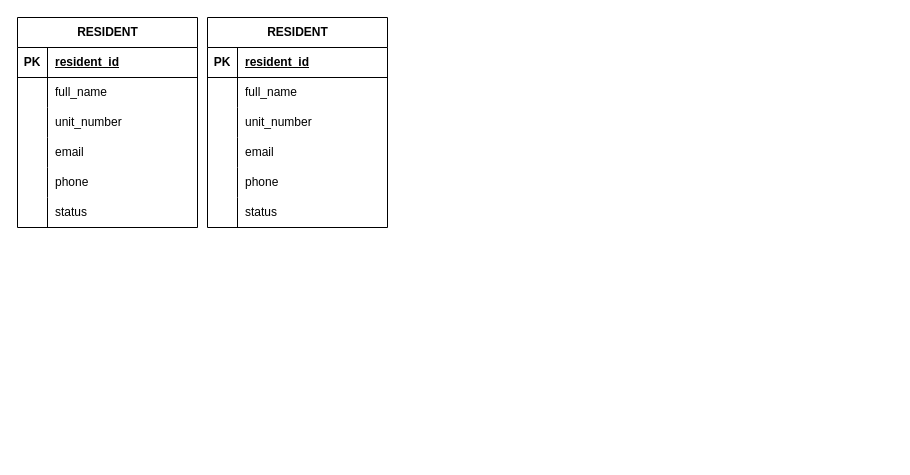
maverickhewitt/degree keeps this draw.io diagram as database.drawio. Above is the earlier version. Source tidied: cells renumbered, new cells numbered last; positions are measured from the earlier drawing's top-left corner, leaving out a move shared by most shapes. Both pictures are drawn from the tidied source at 100%, with x=0, y=0 at pixel (17, 17).
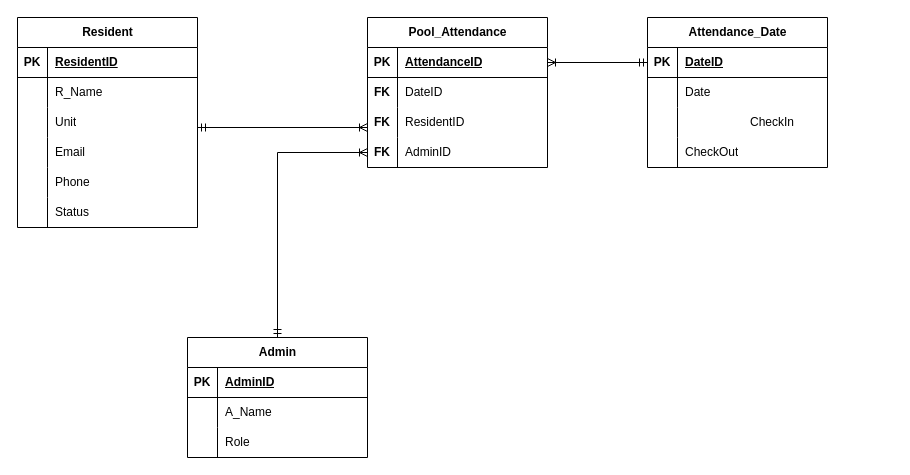
Above is the later version.

Unchanged cells that the change refers to:
```xml
<mxCell id="3" style="shape=tableRow;horizontal=0;startSize=0;swimlaneHead=0;swimlaneBody=0;fillColor=none;top=0;left=0;right=0;bottom=1;" parent="2" vertex="1">
  <mxGeometry y="30" width="180" height="30" as="geometry" />
</mxCell>
<mxCell id="6" style="shape=tableRow;horizontal=0;startSize=0;swimlaneHead=0;swimlaneBody=0;fillColor=none;top=0;left=0;right=0;bottom=0;" parent="2" vertex="1">
  <mxGeometry y="60" width="180" height="30" as="geometry" />
</mxCell>
<mxCell id="9" style="shape=tableRow;horizontal=0;startSize=0;swimlaneHead=0;swimlaneBody=0;fillColor=none;top=0;left=0;right=0;bottom=0;" parent="2" vertex="1">
  <mxGeometry y="90" width="180" height="30" as="geometry" />
</mxCell>
<mxCell id="12" style="shape=tableRow;horizontal=0;startSize=0;swimlaneHead=0;swimlaneBody=0;fillColor=none;top=0;left=0;right=0;bottom=0;" parent="2" vertex="1">
  <mxGeometry y="120" width="180" height="30" as="geometry" />
</mxCell>
<mxCell id="15" style="shape=tableRow;horizontal=0;startSize=0;swimlaneHead=0;swimlaneBody=0;fillColor=none;top=0;left=0;right=0;bottom=0;" parent="2" vertex="1">
  <mxGeometry y="150" width="180" height="30" as="geometry" />
</mxCell>
<mxCell id="18" style="shape=tableRow;horizontal=0;startSize=0;swimlaneHead=0;swimlaneBody=0;fillColor=none;top=0;left=0;right=0;bottom=0;" parent="2" vertex="1">
  <mxGeometry y="180" width="180" height="30" as="geometry" />
</mxCell>
```

What changed in the source:
```diff
@@
-    <mxCell id="2" value="RESIDENT" style="shape=table;startSize=30;childLayout=tableLayout;rowLines=0;fontStyle=1;align=center;html=1;" parent="1" vertex="1">
+    <mxCell id="2" value="Resident" style="shape=table;startSize=30;childLayout=tableLayout;rowLines=0;fontStyle=1;align=center;html=1;" parent="1" vertex="1">
       <mxGeometry width="180" height="210" as="geometry" />
     </mxCell>
@@
-    <mxCell id="5" value="resident_id" style="shape=partialRectangle;fillColor=none;top=0;left=0;bottom=0;right=0;align=left;spacingLeft=6;fontStyle=5;overflow=hidden;whiteSpace=wrap;html=1;" parent="3" vertex="1">
+    <mxCell id="5" value="ResidentID" style="shape=partialRectangle;fillColor=none;top=0;left=0;bottom=0;right=0;align=left;spacingLeft=6;fontStyle=5;overflow=hidden;whiteSpace=wrap;html=1;" parent="3" vertex="1">
       <mxGeometry x="30" width="150" height="30" as="geometry" />
     </mxCell>
@@
-    <mxCell id="8" value="full_name" style="shape=partialRectangle;fillColor=none;top=0;left=0;bottom=0;right=0;align=left;spacingLeft=6;overflow=hidden;whiteSpace=wrap;html=1;" parent="6" vertex="1">
+    <mxCell id="8" value="R_Name" style="shape=partialRectangle;fillColor=none;top=0;left=0;bottom=0;right=0;align=left;spacingLeft=6;overflow=hidden;whiteSpace=wrap;html=1;" parent="6" vertex="1">
       <mxGeometry x="30" width="150" height="30" as="geometry" />
     </mxCell>
@@
-    <mxCell id="11" value="unit_number" style="shape=partialRectangle;fillColor=none;top=0;left=0;bottom=0;right=0;align=left;spacingLeft=6;overflow=hidden;whiteSpace=wrap;html=1;" parent="9" vertex="1">
+    <mxCell id="11" value="Unit" style="shape=partialRectangle;fillColor=none;top=0;left=0;bottom=0;right=0;align=left;spacingLeft=6;overflow=hidden;whiteSpace=wrap;html=1;" parent="9" vertex="1">
       <mxGeometry x="30" width="150" height="30" as="geometry" />
     </mxCell>
@@
-    <mxCell id="14" value="email" style="shape=partialRectangle;fillColor=none;top=0;left=0;bottom=0;right=0;align=left;spacingLeft=6;overflow=hidden;whiteSpace=wrap;html=1;" parent="12" vertex="1">
+    <mxCell id="14" value="Email" style="shape=partialRectangle;fillColor=none;top=0;left=0;bottom=0;right=0;align=left;spacingLeft=6;overflow=hidden;whiteSpace=wrap;html=1;" parent="12" vertex="1">
       <mxGeometry x="30" width="150" height="30" as="geometry" />
     </mxCell>
@@
-    <mxCell id="17" value="phone" style="shape=partialRectangle;fillColor=none;top=0;left=0;bottom=0;right=0;align=left;spacingLeft=6;overflow=hidden;whiteSpace=wrap;html=1;" parent="15" vertex="1">
+    <mxCell id="17" value="Phone" style="shape=partialRectangle;fillColor=none;top=0;left=0;bottom=0;right=0;align=left;spacingLeft=6;overflow=hidden;whiteSpace=wrap;html=1;" parent="15" vertex="1">
       <mxGeometry x="30" width="150" height="30" as="geometry" />
     </mxCell>
@@
-    <mxCell id="20" value="status" style="shape=partialRectangle;fillColor=none;top=0;left=0;bottom=0;right=0;align=left;spacingLeft=6;overflow=hidden;whiteSpace=wrap;html=1;" parent="18" vertex="1">
+    <mxCell id="20" value="Status" style="shape=partialRectangle;fillColor=none;top=0;left=0;bottom=0;right=0;align=left;spacingLeft=6;overflow=hidden;whiteSpace=wrap;html=1;" parent="18" vertex="1">
       <mxGeometry x="30" width="150" height="30" as="geometry" />
     </mxCell>
-    <mxCell id="21" value="RESIDENT" style="shape=table;startSize=30;childLayout=tableLayout;rowLines=0;fontStyle=1;align=center;html=1;" parent="1" vertex="1">
-      <mxGeometry x="190" width="180" height="210" as="geometry" />
-    </mxCell>
-    <mxCell id="22" style="shape=tableRow;horizontal=0;startSize=0;swimlaneHead=0;swimlaneBody=0;fillColor=none;top=0;left=0;right=0;bottom=1;" parent="21" vertex="1">
-      <mxGeometry y="30" width="180" height="30" as="geometry" />
-    </mxCell>
-    <mxCell id="23" value="PK" style="shape=partialRectangle;fillColor=none;top=0;left=0;bottom=0;right=0;fontStyle=1;overflow=hidden;whiteSpace=wrap;html=1;" parent="22" vertex="1">
-      <mxGeometry width="30" height="30" as="geometry" />
-    </mxCell>
-    <mxCell id="24" value="resident_id" style="shape=partialRectangle;fillColor=none;top=0;left=0;bottom=0;right=0;align=left;spacingLeft=6;fontStyle=5;overflow=hidden;whiteSpace=wrap;html=1;" parent="22" vertex="1">
-      <mxGeometry x="30" width="150" height="30" as="geometry" />
-    </mxCell>
-    <mxCell id="25" style="shape=tableRow;horizontal=0;startSize=0;swimlaneHead=0;swimlaneBody=0;fillColor=none;top=0;left=0;right=0;bottom=0;" parent="21" vertex="1">
-      <mxGeometry y="60" width="180" height="30" as="geometry" />
-    </mxCell>
-    <mxCell id="26" style="shape=partialRectangle;fillColor=none;top=0;left=0;bottom=0;right=0;overflow=hidden;whiteSpace=wrap;html=1;" parent="25" vertex="1">
-      <mxGeometry width="30" height="30" as="geometry" />
-    </mxCell>
-    <mxCell id="27" value="full_name" style="shape=partialRectangle;fillColor=none;top=0;left=0;bottom=0;right=0;align=left;spacingLeft=6;overflow=hidden;whiteSpace=wrap;html=1;" parent="25" vertex="1">
-      <mxGeometry x="30" width="150" height="30" as="geometry" />
-    </mxCell>
-    <mxCell id="28" style="shape=tableRow;horizontal=0;startSize=0;swimlaneHead=0;swimlaneBody=0;fillColor=none;top=0;left=0;right=0;bottom=0;" parent="21" vertex="1">
-      <mxGeometry y="90" width="180" height="30" as="geometry" />
-    </mxCell>
-    <mxCell id="29" style="shape=partialRectangle;fillColor=none;top=0;left=0;bottom=0;right=0;overflow=hidden;whiteSpace=wrap;html=1;" parent="28" vertex="1">
-      <mxGeometry width="30" height="30" as="geometry" />
-    </mxCell>
-    <mxCell id="30" value="unit_number" style="shape=partialRectangle;fillColor=none;top=0;left=0;bottom=0;right=0;align=left;spacingLeft=6;overflow=hidden;whiteSpace=wrap;html=1;" parent="28" vertex="1">
-      <mxGeometry x="30" width="150" height="30" as="geometry" />
-    </mxCell>
-    <mxCell id="31" style="shape=tableRow;horizontal=0;startSize=0;swimlaneHead=0;swimlaneBody=0;fillColor=none;top=0;left=0;right=0;bottom=0;" parent="21" vertex="1">
-      <mxGeometry y="120" width="180" height="30" as="geometry" />
-    </mxCell>
-    <mxCell id="32" style="shape=partialRectangle;fillColor=none;top=0;left=0;bottom=0;right=0;overflow=hidden;whiteSpace=wrap;html=1;" parent="31" vertex="1">
-      <mxGeometry width="30" height="30" as="geometry" />
-    </mxCell>
-    <mxCell id="33" value="email" style="shape=partialRectangle;fillColor=none;top=0;left=0;bottom=0;right=0;align=left;spacingLeft=6;overflow=hidden;whiteSpace=wrap;html=1;" parent="31" vertex="1">
-      <mxGeometry x="30" width="150" height="30" as="geometry" />
-    </mxCell>
-    <mxCell id="34" style="shape=tableRow;horizontal=0;startSize=0;swimlaneHead=0;swimlaneBody=0;fillColor=none;top=0;left=0;right=0;bottom=0;" parent="21" vertex="1">
-      <mxGeometry y="150" width="180" height="30" as="geometry" />
-    </mxCell>
-    <mxCell id="35" style="shape=partialRectangle;fillColor=none;top=0;left=0;bottom=0;right=0;overflow=hidden;whiteSpace=wrap;html=1;" parent="34" vertex="1">
-      <mxGeometry width="30" height="30" as="geometry" />
-    </mxCell>
-    <mxCell id="36" value="phone" style="shape=partialRectangle;fillColor=none;top=0;left=0;bottom=0;right=0;align=left;spacingLeft=6;overflow=hidden;whiteSpace=wrap;html=1;" parent="34" vertex="1">
-      <mxGeometry x="30" width="150" height="30" as="geometry" />
-    </mxCell>
-    <mxCell id="37" style="shape=tableRow;horizontal=0;startSize=0;swimlaneHead=0;swimlaneBody=0;fillColor=none;top=0;left=0;right=0;bottom=0;" parent="21" vertex="1">
-      <mxGeometry y="180" width="180" height="30" as="geometry" />
-    </mxCell>
-    <mxCell id="38" style="shape=partialRectangle;fillColor=none;top=0;left=0;bottom=0;right=0;overflow=hidden;whiteSpace=wrap;html=1;" parent="37" vertex="1">
-      <mxGeometry width="30" height="30" as="geometry" />
-    </mxCell>
-    <mxCell id="39" value="status" style="shape=partialRectangle;fillColor=none;top=0;left=0;bottom=0;right=0;align=left;spacingLeft=6;overflow=hidden;whiteSpace=wrap;html=1;" parent="37" vertex="1">
-      <mxGeometry x="30" width="150" height="30" as="geometry" />
-    </mxCell>
+    <mxCell id="40" style="edgeStyle=orthogonalEdgeStyle;rounded=0;jettySize=auto;html=1;entryX=0;entryY=0.5;entryDx=0;entryDy=0;startArrow=ERmandOne;startFill=0;endArrow=ERoneToMany;endFill=0;" parent="1" edge="1" source="41" target="61">
+      <mxGeometry relative="1" as="geometry" />
+    </mxCell>
+    <mxCell id="41" value="Admin" style="shape=table;startSize=30;childLayout=tableLayout;rowLines=0;fontStyle=1;align=center;html=1;" parent="1" vertex="1">
+      <mxGeometry x="170" y="320" width="180" height="120" as="geometry" />
+    </mxCell>
+    <mxCell id="42" style="shape=tableRow;horizontal=0;startSize=0;swimlaneHead=0;swimlaneBody=0;fillColor=none;top=0;left=0;right=0;bottom=1;" parent="41" vertex="1">
+      <mxGeometry y="30" width="180" height="30" as="geometry" />
+    </mxCell>
+    <mxCell id="43" value="PK" style="shape=partialRectangle;fillColor=none;top=0;left=0;bottom=0;right=0;fontStyle=1;overflow=hidden;whiteSpace=wrap;html=1;" parent="42" vertex="1">
+      <mxGeometry width="30" height="30" as="geometry" />
+    </mxCell>
+    <mxCell id="44" value="AdminID" style="shape=partialRectangle;fillColor=none;top=0;left=0;bottom=0;right=0;align=left;spacingLeft=6;fontStyle=5;overflow=hidden;whiteSpace=wrap;html=1;" parent="42" vertex="1">
+      <mxGeometry x="30" width="150" height="30" as="geometry" />
+    </mxCell>
+    <mxCell id="45" style="shape=tableRow;horizontal=0;startSize=0;swimlaneHead=0;swimlaneBody=0;fillColor=none;top=0;left=0;right=0;bottom=0;" parent="41" vertex="1">
+      <mxGeometry y="60" width="180" height="30" as="geometry" />
+    </mxCell>
+    <mxCell id="46" style="shape=partialRectangle;fillColor=none;top=0;left=0;bottom=0;right=0;overflow=hidden;whiteSpace=wrap;html=1;" parent="45" vertex="1">
+      <mxGeometry width="30" height="30" as="geometry" />
+    </mxCell>
+    <mxCell id="47" value="A_Name" style="shape=partialRectangle;fillColor=none;top=0;left=0;bottom=0;right=0;align=left;spacingLeft=6;overflow=hidden;whiteSpace=wrap;html=1;" parent="45" vertex="1">
+      <mxGeometry x="30" width="150" height="30" as="geometry" />
+    </mxCell>
+    <mxCell id="48" style="shape=tableRow;horizontal=0;startSize=0;swimlaneHead=0;swimlaneBody=0;fillColor=none;top=0;left=0;right=0;bottom=0;" parent="41" vertex="1">
+      <mxGeometry y="90" width="180" height="30" as="geometry" />
+    </mxCell>
+    <mxCell id="49" style="shape=partialRectangle;fillColor=none;top=0;left=0;bottom=0;right=0;overflow=hidden;whiteSpace=wrap;html=1;" parent="48" vertex="1">
+      <mxGeometry width="30" height="30" as="geometry" />
+    </mxCell>
+    <mxCell id="50" value="Role" style="shape=partialRectangle;fillColor=none;top=0;left=0;bottom=0;right=0;align=left;spacingLeft=6;overflow=hidden;whiteSpace=wrap;html=1;" parent="48" vertex="1">
+      <mxGeometry x="30" width="150" height="30" as="geometry" />
+    </mxCell>
+    <mxCell id="51" value="Pool_Attendance" style="shape=table;startSize=30;childLayout=tableLayout;rowLines=0;fontStyle=1;align=center;html=1;" parent="1" vertex="1">
+      <mxGeometry x="350" width="180" height="150" as="geometry" />
+    </mxCell>
+    <mxCell id="52" style="shape=tableRow;horizontal=0;startSize=0;swimlaneHead=0;swimlaneBody=0;fillColor=none;points=[[0,0.5],[1,0.5]];portConstraint=eastwest;top=0;left=0;right=0;bottom=1;" parent="51" vertex="1">
+      <mxGeometry y="30" width="180" height="30" as="geometry" />
+    </mxCell>
+    <mxCell id="53" value="PK" style="shape=partialRectangle;fillColor=none;top=0;left=0;bottom=0;right=0;fontStyle=1;overflow=hidden;whiteSpace=wrap;html=1;" parent="52" vertex="1">
+      <mxGeometry width="30" height="30" as="geometry" />
+    </mxCell>
+    <mxCell id="54" value="AttendanceID" style="shape=partialRectangle;fillColor=none;top=0;left=0;bottom=0;right=0;align=left;spacingLeft=6;fontStyle=5;overflow=hidden;whiteSpace=wrap;html=1;" parent="52" vertex="1">
+      <mxGeometry x="30" width="150" height="30" as="geometry" />
+    </mxCell>
+    <mxCell id="55" style="shape=tableRow;horizontal=0;startSize=0;swimlaneHead=0;swimlaneBody=0;fillColor=none;top=0;left=0;right=0;bottom=0;" parent="51" vertex="1">
+      <mxGeometry y="60" width="180" height="30" as="geometry" />
+    </mxCell>
+    <mxCell id="56" value="&lt;b&gt;FK&lt;/b&gt;" style="shape=partialRectangle;fillColor=none;top=0;left=0;bottom=0;right=0;overflow=hidden;whiteSpace=wrap;html=1;" parent="55" vertex="1">
+      <mxGeometry width="30" height="30" as="geometry" />
+    </mxCell>
+    <mxCell id="57" value="DateID" style="shape=partialRectangle;fillColor=none;top=0;left=0;bottom=0;right=0;align=left;spacingLeft=6;overflow=hidden;whiteSpace=wrap;html=1;" parent="55" vertex="1">
+      <mxGeometry x="30" width="150" height="30" as="geometry" />
+    </mxCell>
+    <mxCell id="58" style="shape=tableRow;horizontal=0;startSize=0;swimlaneHead=0;swimlaneBody=0;fillColor=none;top=0;left=0;right=0;bottom=0;" parent="51" vertex="1">
+      <mxGeometry y="90" width="180" height="30" as="geometry" />
+    </mxCell>
+    <mxCell id="59" value="&lt;b&gt;FK&lt;/b&gt;" style="shape=partialRectangle;fillColor=none;top=0;left=0;bottom=0;right=0;overflow=hidden;whiteSpace=wrap;html=1;" parent="58" vertex="1">
+      <mxGeometry width="30" height="30" as="geometry" />
+    </mxCell>
+    <mxCell id="60" style="shape=partialRectangle;fillColor=none;top=0;left=0;bottom=0;right=0;align=left;spacingLeft=6;overflow=hidden;whiteSpace=wrap;html=1;" parent="58" vertex="1">
+      <mxGeometry x="30" width="150" height="30" as="geometry" />
+    </mxCell>
+    <mxCell id="61" style="shape=tableRow;horizontal=0;startSize=0;swimlaneHead=0;swimlaneBody=0;fillColor=none;points=[[0,0.5],[1,0.5]];portConstraint=eastwest;top=0;left=0;right=0;bottom=0;" parent="51" vertex="1">
+      <mxGeometry y="120" width="180" height="30" as="geometry" />
+    </mxCell>
+    <mxCell id="62" value="&lt;b&gt;FK&lt;/b&gt;" style="shape=partialRectangle;fillColor=none;top=0;left=0;bottom=0;right=0;overflow=hidden;whiteSpace=wrap;html=1;" parent="61" vertex="1">
+      <mxGeometry width="30" height="30" as="geometry" />
+    </mxCell>
+    <mxCell id="63" value="AdminID" style="shape=partialRectangle;fillColor=none;top=0;left=0;bottom=0;right=0;align=left;spacingLeft=6;overflow=hidden;whiteSpace=wrap;html=1;" parent="61" vertex="1">
+      <mxGeometry x="30" width="150" height="30" as="geometry" />
+    </mxCell>
+    <mxCell id="64" value="ResidentID" style="shape=partialRectangle;fillColor=none;top=0;left=0;bottom=0;right=0;align=left;spacingLeft=6;overflow=hidden;whiteSpace=wrap;html=1;" parent="1" vertex="1">
+      <mxGeometry x="380" y="90" width="150" height="30" as="geometry" />
+    </mxCell>
+    <mxCell id="65" style="shape=partialRectangle;fillColor=none;top=0;left=0;bottom=0;right=0;overflow=hidden;whiteSpace=wrap;html=1;" parent="1" vertex="1">
+      <mxGeometry x="350" y="90" width="30" height="30" as="geometry" />
+    </mxCell>
+    <mxCell id="66" value="Attendance_Date" style="shape=table;startSize=30;childLayout=tableLayout;rowLines=0;fontStyle=1;align=center;html=1;" parent="1" vertex="1">
+      <mxGeometry x="630" width="180" height="150" as="geometry" />
+    </mxCell>
+    <mxCell id="67" style="shape=tableRow;horizontal=0;startSize=0;swimlaneHead=0;swimlaneBody=0;fillColor=none;points=[[0,0.5],[1,0.5]];portConstraint=eastwest;top=0;left=0;right=0;bottom=1;" parent="66" vertex="1">
+      <mxGeometry y="30" width="180" height="30" as="geometry" />
+    </mxCell>
+    <mxCell id="68" value="PK" style="shape=partialRectangle;fillColor=none;top=0;left=0;bottom=0;right=0;fontStyle=1;overflow=hidden;whiteSpace=wrap;html=1;" parent="67" vertex="1">
+      <mxGeometry width="30" height="30" as="geometry" />
+    </mxCell>
+    <mxCell id="69" value="DateID" style="shape=partialRectangle;fillColor=none;top=0;left=0;bottom=0;right=0;align=left;spacingLeft=6;fontStyle=5;overflow=hidden;whiteSpace=wrap;html=1;" parent="67" vertex="1">
+      <mxGeometry x="30" width="150" height="30" as="geometry" />
+    </mxCell>
+    <mxCell id="70" style="shape=tableRow;horizontal=0;startSize=0;swimlaneHead=0;swimlaneBody=0;fillColor=none;top=0;left=0;right=0;bottom=0;" parent="66" vertex="1">
+      <mxGeometry y="60" width="180" height="30" as="geometry" />
+    </mxCell>
+    <mxCell id="71" style="shape=partialRectangle;fillColor=none;top=0;left=0;bottom=0;right=0;overflow=hidden;whiteSpace=wrap;html=1;" parent="70" vertex="1">
+      <mxGeometry width="30" height="30" as="geometry" />
+    </mxCell>
+    <mxCell id="72" value="Date" style="shape=partialRectangle;fillColor=none;top=0;left=0;bottom=0;right=0;align=left;spacingLeft=6;overflow=hidden;whiteSpace=wrap;html=1;" parent="70" vertex="1">
+      <mxGeometry x="30" width="150" height="30" as="geometry" />
+    </mxCell>
+    <mxCell id="73" style="shape=tableRow;horizontal=0;startSize=0;swimlaneHead=0;swimlaneBody=0;fillColor=none;top=0;left=0;right=0;bottom=0;" parent="66" vertex="1">
+      <mxGeometry y="90" width="180" height="30" as="geometry" />
+    </mxCell>
+    <mxCell id="74" style="shape=partialRectangle;fillColor=none;top=0;left=0;bottom=0;right=0;overflow=hidden;whiteSpace=wrap;html=1;" parent="73" vertex="1">
+      <mxGeometry width="30" height="30" as="geometry" />
+    </mxCell>
+    <mxCell id="75" style="shape=partialRectangle;fillColor=none;top=0;left=0;bottom=0;right=0;align=left;spacingLeft=6;overflow=hidden;whiteSpace=wrap;html=1;" parent="73" vertex="1">
+      <mxGeometry x="30" width="150" height="30" as="geometry" />
+    </mxCell>
+    <mxCell id="76" style="shape=tableRow;horizontal=0;startSize=0;swimlaneHead=0;swimlaneBody=0;fillColor=none;top=0;left=0;right=0;bottom=0;" parent="66" vertex="1">
+      <mxGeometry y="120" width="180" height="30" as="geometry" />
+    </mxCell>
+    <mxCell id="77" style="shape=partialRectangle;fillColor=none;top=0;left=0;bottom=0;right=0;overflow=hidden;whiteSpace=wrap;html=1;" parent="76" vertex="1">
+      <mxGeometry width="30" height="30" as="geometry" />
+    </mxCell>
+    <mxCell id="78" value="CheckOut" style="shape=partialRectangle;fillColor=none;top=0;left=0;bottom=0;right=0;align=left;spacingLeft=6;overflow=hidden;whiteSpace=wrap;html=1;" parent="76" vertex="1">
+      <mxGeometry x="30" width="150" height="30" as="geometry" />
+    </mxCell>
+    <mxCell id="79" value="CheckIn" style="shape=partialRectangle;fillColor=none;top=0;left=0;bottom=0;right=0;align=left;spacingLeft=6;overflow=hidden;whiteSpace=wrap;html=1;" parent="1" vertex="1">
+      <mxGeometry x="725" y="90" width="150" height="30" as="geometry" />
+    </mxCell>
+    <mxCell id="80" style="edgeStyle=orthogonalEdgeStyle;rounded=0;orthogonalLoop=1;jettySize=auto;html=1;startArrow=ERmandOne;startFill=0;endArrow=ERoneToMany;endFill=0;" parent="1" edge="1">
+      <mxGeometry relative="1" as="geometry">
+        <mxPoint x="180" y="110" as="sourcePoint" />
+        <mxPoint x="350" y="110" as="targetPoint" />
+        <Array as="points">
+          <mxPoint x="180" y="110" />
+        </Array>
+      </mxGeometry>
+    </mxCell>
+    <mxCell id="81" style="edgeStyle=orthogonalEdgeStyle;rounded=0;jettySize=auto;html=1;entryX=1;entryY=0.5;entryDx=0;entryDy=0;startArrow=ERmandOne;startFill=0;endArrow=ERoneToMany;endFill=0;" parent="1" edge="1" source="67" target="52">
+      <mxGeometry relative="1" as="geometry" />
+    </mxCell>
```
